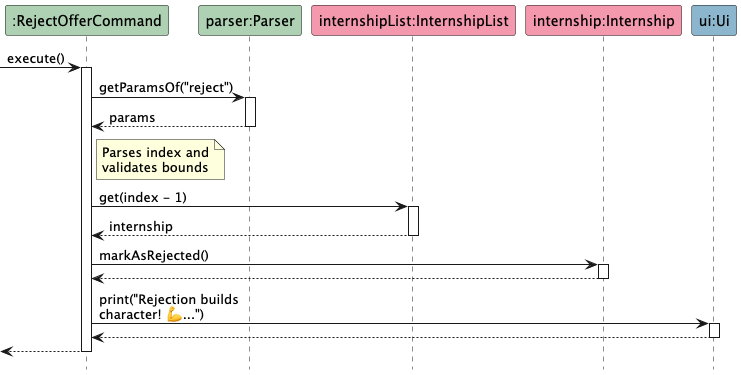
This is docs/diagrams/RejectOfferCommandSequenceDiagram.png from AY2526S2-CS2113-W10-4/tp, a PlantUML export, as it was before one commit. Its diagram source:
```plantuml
@startuml
hide footbox
skinparam maxMessageSize 150

participant ":RejectOfferCommand" as RejectOfferCommand #ADD1B2
participant "parser:Parser" as Parser #ADD1B2
participant "internshipList:InternshipList" as InternshipList #F498AD
participant "internship:Internship" as Internship #F498AD
participant "ui:Ui" as Ui #8CB6CE

[-> RejectOfferCommand : execute()
activate RejectOfferCommand

RejectOfferCommand -> Parser : getParamsOf("reject")
activate Parser
Parser --> RejectOfferCommand : params
deactivate Parser

note right of RejectOfferCommand
  Parses index and
  validates bounds
end note

RejectOfferCommand -> InternshipList : get(index - 1)
activate InternshipList
InternshipList --> RejectOfferCommand : internship
deactivate InternshipList

RejectOfferCommand -> Internship : markAsRejected()
activate Internship
Internship --> RejectOfferCommand
deactivate Internship

RejectOfferCommand -> Ui : print("Rejection builds character! 💪...")
activate Ui
Ui --> RejectOfferCommand
deactivate Ui

[<-- RejectOfferCommand
deactivate RejectOfferCommand

@enduml
```
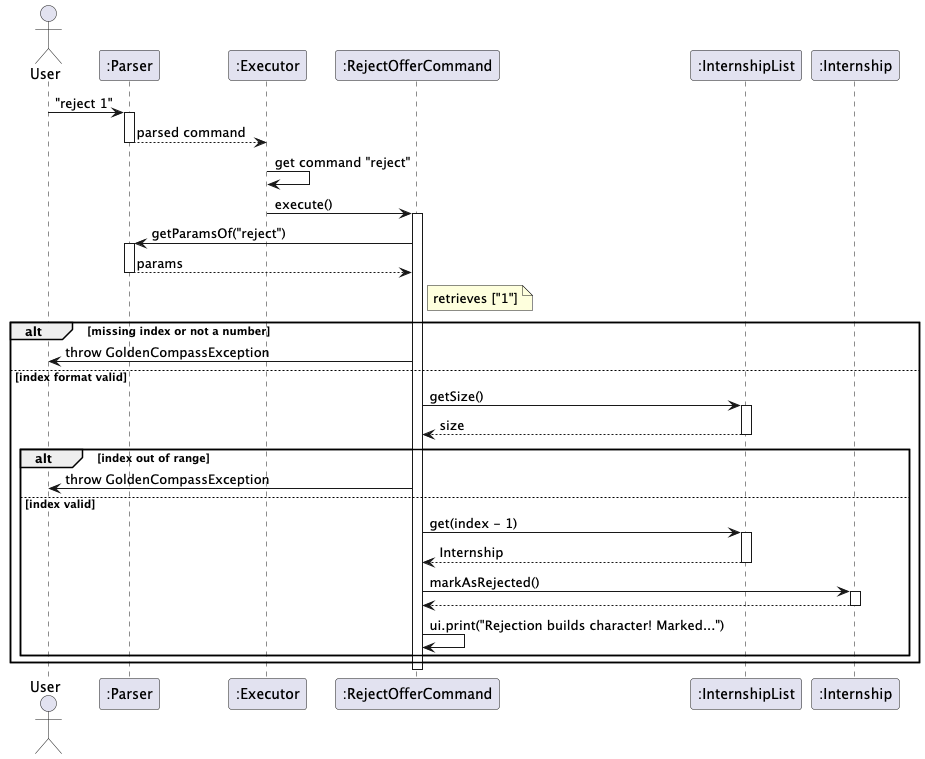
After the change.

Commit message:
fixed sequence diagram format

What changed in the source:
```diff
@@ -1,42 +1,51 @@
 @startuml
-hide footbox
-skinparam maxMessageSize 150
+actor User
+participant ":Parser" as Parser
+participant ":Executor" as Exec
+participant ":RejectOfferCommand" as Cmd
+participant ":InternshipList" as List
+participant ":Internship" as Intern
 
-participant ":RejectOfferCommand" as RejectOfferCommand #ADD1B2
-participant "parser:Parser" as Parser #ADD1B2
-participant "internshipList:InternshipList" as InternshipList #F498AD
-participant "internship:Internship" as Internship #F498AD
-participant "ui:Ui" as Ui #8CB6CE
-
-[-> RejectOfferCommand : execute()
-activate RejectOfferCommand
-
-RejectOfferCommand -> Parser : getParamsOf("reject")
+User -> Parser : "reject 1"
 activate Parser
-Parser --> RejectOfferCommand : params
+Parser --> Exec : parsed command
 deactivate Parser
 
-note right of RejectOfferCommand
-  Parses index and
-  validates bounds
-end note
+Exec -> Exec : get command "reject"
+Exec -> Cmd : execute()
+activate Cmd
 
-RejectOfferCommand -> InternshipList : get(index - 1)
-activate InternshipList
-InternshipList --> RejectOfferCommand : internship
-deactivate InternshipList
+Cmd -> Parser : getParamsOf("reject")
+activate Parser
+Parser --> Cmd : params
+deactivate Parser
 
-RejectOfferCommand -> Internship : markAsRejected()
-activate Internship
-Internship --> RejectOfferCommand
-deactivate Internship
+note right of Cmd : retrieves ["1"]
 
-RejectOfferCommand -> Ui : print("Rejection builds character! 💪...")
-activate Ui
-Ui --> RejectOfferCommand
-deactivate Ui
+alt missing index or not a number
+    Cmd -> User : throw GoldenCompassException
+else index format valid
+    Cmd -> List : getSize()
+    activate List
+    List --> Cmd : size
+    deactivate List
 
-[<-- RejectOfferCommand
-deactivate RejectOfferCommand
+    alt index out of range
+        Cmd -> User : throw GoldenCompassException
+    else index valid
+        Cmd -> List : get(index - 1)
+        activate List
+        List --> Cmd : Internship
+        deactivate List
 
+        Cmd -> Intern : markAsRejected()
+        activate Intern
+        Intern --> Cmd
+        deactivate Intern
+
+        Cmd -> Cmd : ui.print("Rejection builds character! Marked...")
+    end
+end
+
+deactivate Cmd
 @enduml
```
